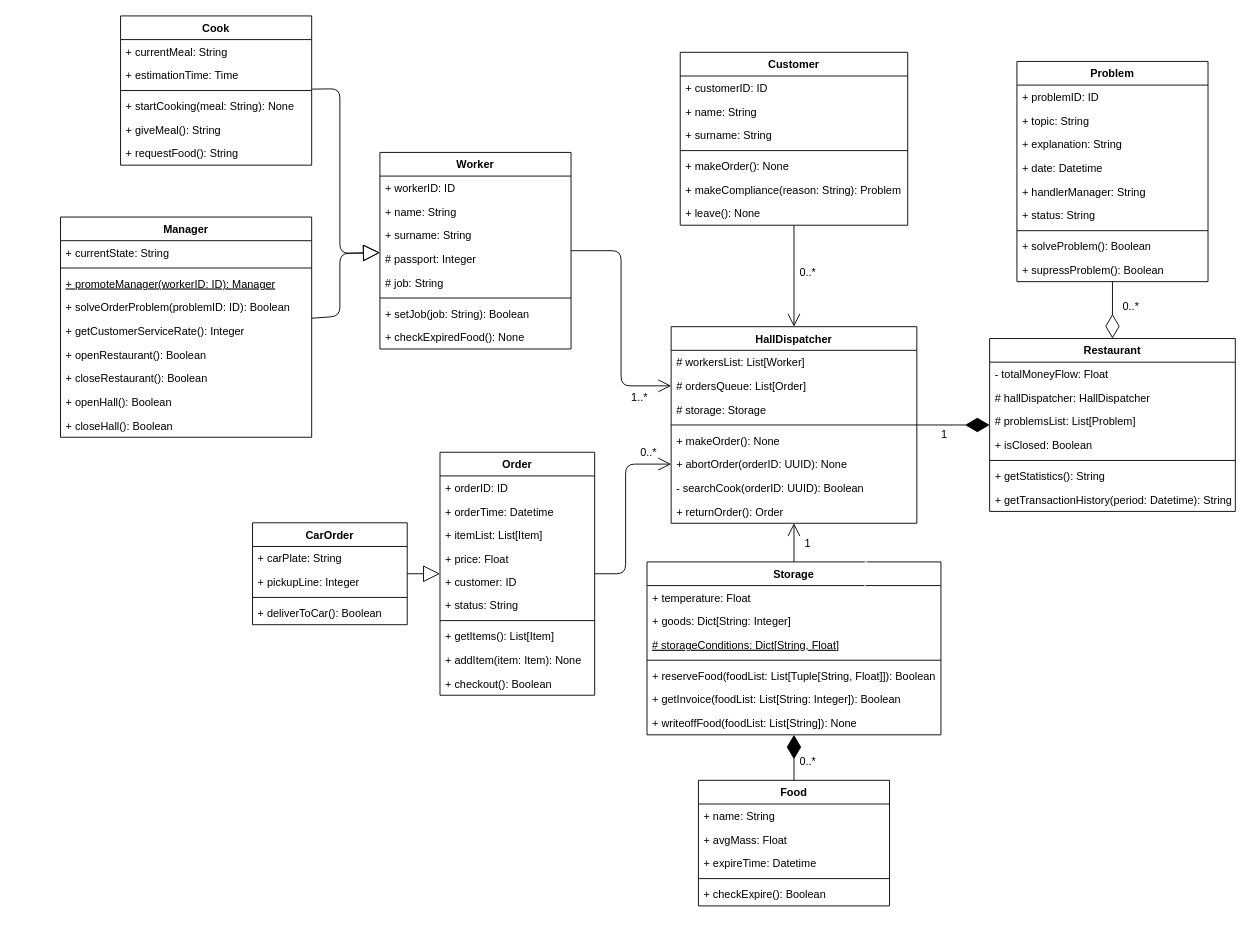
Before: python/task4/Class diagram.drawio in ricci5791/python-education, a draw.io diagram. Source tidied: cells renumbered, new cells numbered last; positions are measured from the earlier drawing's top-left corner, leaving out a move shared by most shapes. Both pictures are drawn from the tidied source at 91%, with x=0, y=0 at pixel (15, 15).
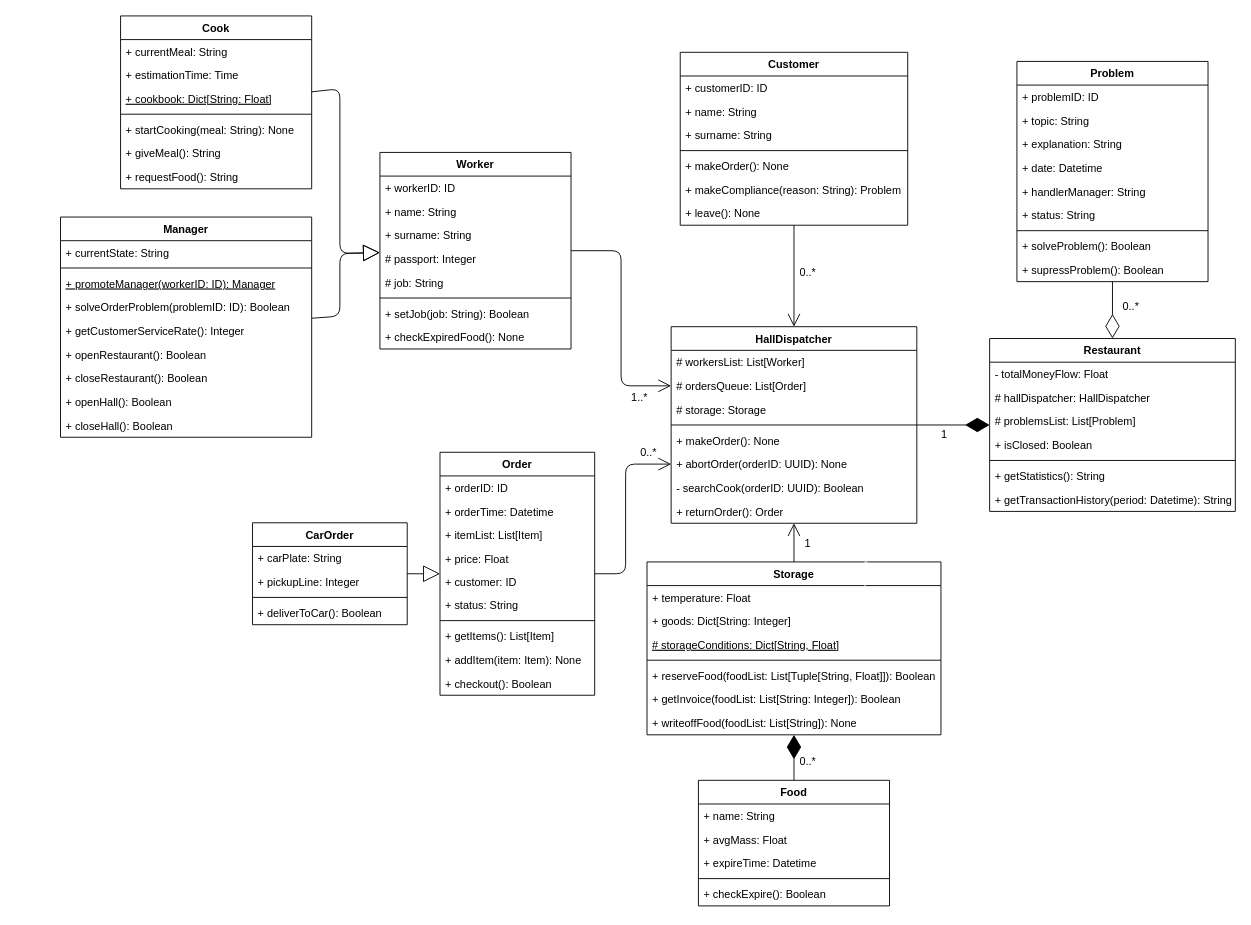
The same page after the edit.

Commit message:
added 'cookbook' static property for a Cook class

Unchanged cells that the change refers to:
```xml
<mxCell id="53" style="group;" parent="1" vertex="1">
  <mxGeometry width="636" height="437" as="geometry" />
</mxCell>
```

The edit, as a diff of the source:
```diff
@@
     <mxCell id="63" value="Cook" style="swimlane;fontStyle=1;align=center;verticalAlign=top;horizontal=1;startSize=26;" parent="53" vertex="1">
-      <mxGeometry x="115" width="210" height="164" as="geometry" />
+      <mxGeometry x="115" width="210" height="190" as="geometry" />
     </mxCell>
@@
+    <mxCell id="113" value="+ cookbook: Dict[String: Float]" style="text;strokeColor=none;fillColor=none;align=left;verticalAlign=top;spacingLeft=4;spacingRight=4;overflow=hidden;fontStyle=4;" parent="63" vertex="1">
+      <mxGeometry y="78" width="210" height="26" as="geometry" />
+    </mxCell>
     <mxCell id="66" style="line;strokeWidth=1;fillColor=none;align=left;verticalAlign=middle;spacingTop=-1;spacingLeft=3;spacingRight=3;labelPosition=right;" parent="63" vertex="1">
-      <mxGeometry y="78" width="210" height="8" as="geometry" />
+      <mxGeometry y="104" width="210" height="8" as="geometry" />
     </mxCell>
     <mxCell id="67" value="+ startCooking(meal: String): None" style="text;strokeColor=none;fillColor=none;align=left;verticalAlign=top;spacingLeft=4;spacingRight=4;overflow=hidden;" parent="63" vertex="1">
-      <mxGeometry y="86" width="210" height="26" as="geometry" />
+      <mxGeometry y="112" width="210" height="26" as="geometry" />
     </mxCell>
     <mxCell id="68" value="+ giveMeal(): String" style="text;strokeColor=none;fillColor=none;align=left;verticalAlign=top;spacingLeft=4;spacingRight=4;overflow=hidden;" parent="63" vertex="1">
-      <mxGeometry y="112" width="210" height="26" as="geometry" />
+      <mxGeometry y="138" width="210" height="26" as="geometry" />
     </mxCell>
     <mxCell id="69" value="+ requestFood(): String" style="text;strokeColor=none;fillColor=none;align=left;verticalAlign=top;spacingLeft=4;spacingRight=4;overflow=hidden;" parent="63" vertex="1">
-      <mxGeometry y="138" width="210" height="26" as="geometry" />
+      <mxGeometry y="164" width="210" height="26" as="geometry" />
     </mxCell>
```
